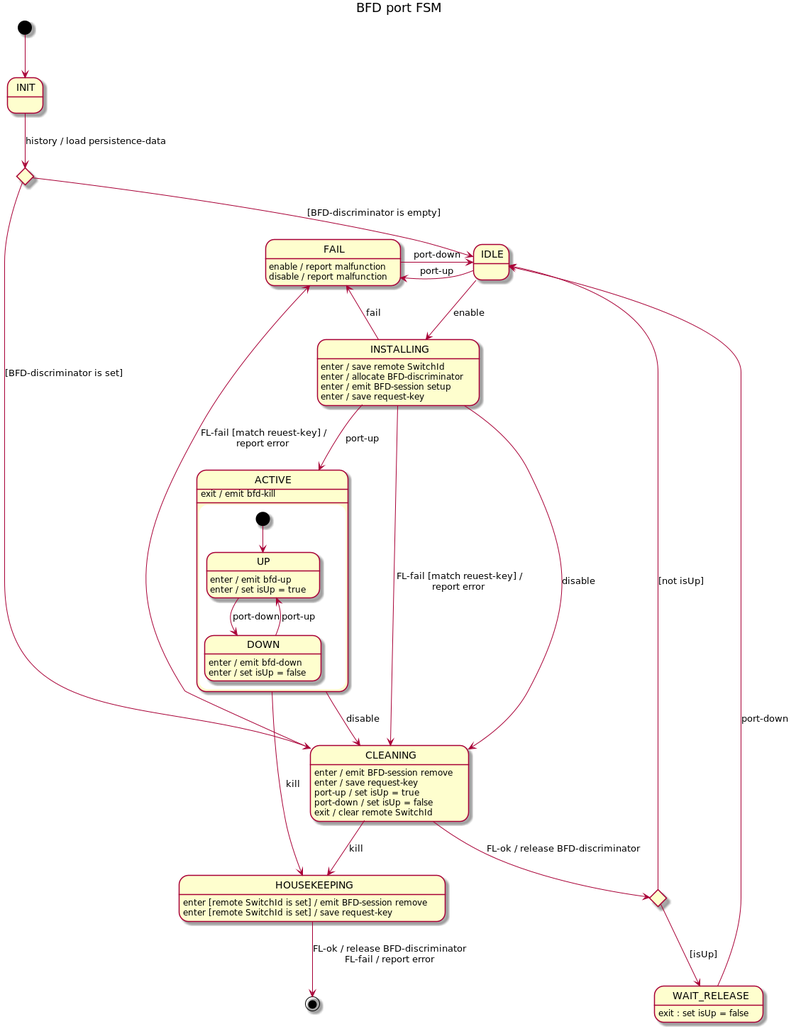
telstra/open-kilda keeps this PlantUML diagram as docs/design/network-discovery/bfd-port-FSM.png. Above is the earlier version.
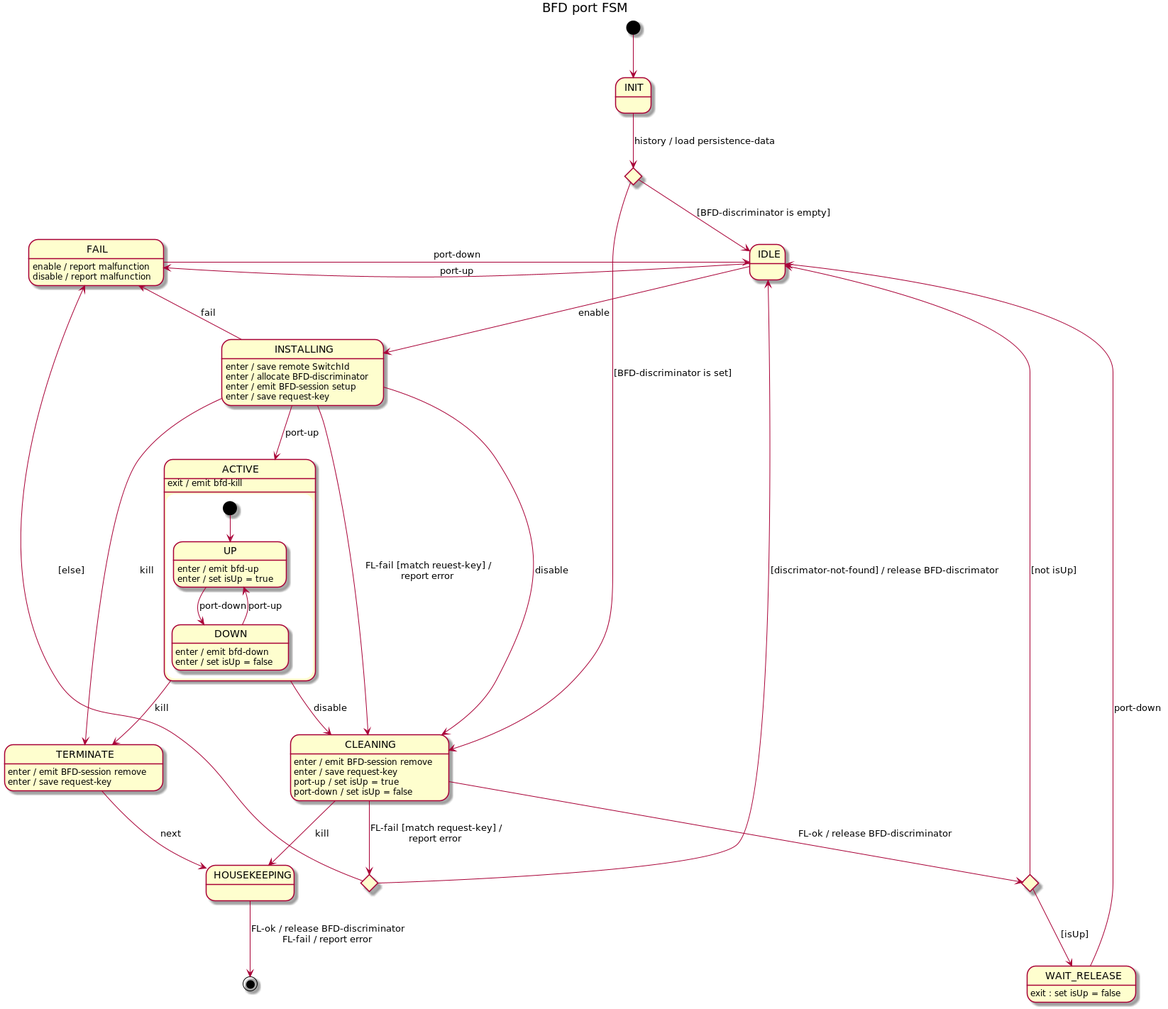
After the change.

Commit message:
Do not treat "discriminator-not-found" as error on BFD-session delete request

What changed in the source:
```diff
@@ -16,21 +16,25 @@
 INSTALLING --> CLEANING : FL-fail [match reuest-key] /\nreport error
 INSTALLING --> CLEANING : disable
 INSTALLING --> FAIL : fail
+INSTALLING --> TERMINATE : kill
 INSTALLING : enter / save remote SwitchId
 INSTALLING : enter / allocate BFD-discriminator
 INSTALLING : enter / emit BFD-session setup
 INSTALLING : enter / save request-key
 
+state failChoice <<choice>>
 state cleaningChoice <<choice>>
 
 CLEANING --> cleaningChoice : FL-ok / release BFD-discriminator
-CLEANING --> FAIL : FL-fail [match reuest-key] /\nreport error
+CLEANING --> failChoice : FL-fail [match request-key] /\nreport error
 CLEANING --> HOUSEKEEPING : kill
 CLEANING : enter / emit BFD-session remove
 CLEANING : enter / save request-key
 CLEANING : port-up / set isUp = true
 CLEANING : port-down / set isUp = false
-CLEANING : exit / clear remote SwitchId
+
+failChoice --> IDLE : [discrimator-not-found] / release BFD-discrimator
+failChoice --> FAIL : [else]
 
 cleaningChoice --> IDLE : [not isUp]
 cleaningChoice --> WAIT_RELEASE : [isUp]
@@ -50,11 +54,13 @@
     DOWN : enter / set isUp = false
 }
 ACTIVE --> CLEANING : disable
-ACTIVE --> HOUSEKEEPING : kill
+ACTIVE --> TERMINATE : kill
 ACTIVE : exit / emit bfd-kill
 
-HOUSEKEEPING : enter [remote SwitchId is set] / emit BFD-session remove
-HOUSEKEEPING : enter [remote SwitchId is set] / save request-key
+TERMINATE --> HOUSEKEEPING : next
+TERMINATE : enter / emit BFD-session remove
+TERMINATE : enter / save request-key
+
 HOUSEKEEPING --> [*] : FL-ok / release BFD-discriminator\nFL-fail / report error
 
 FAIL -r-> IDLE : port-down
```
